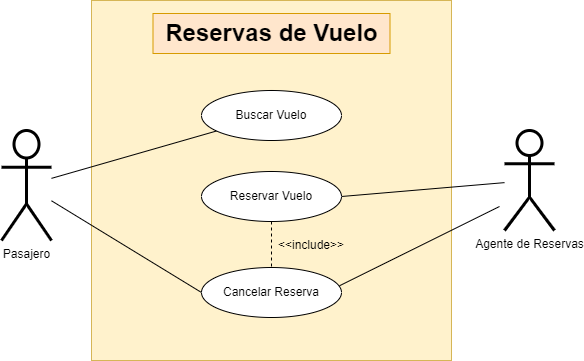
Earlier version of the draw.io export Casos de Uso/Tarea 3/Diagramvuelo.drawio.png (YoooKai/ETS). Source tidied: cells renumbered, new cells last; positions are measured from the earlier drawing's top-left corner, leaving out a move shared by most shapes. The source it was exported from:
```xml
<mxGraphModel background="#ffffff">
  <root>
    <mxCell id="0" />
    <mxCell id="1" parent="0" />
    <mxCell id="2" style="whiteSpace=wrap;html=1;fillColor=#fff2cc;strokeColor=#d6b656;" parent="1" vertex="1">
      <mxGeometry x="90" width="360" height="360" as="geometry" />
    </mxCell>
    <mxCell id="3" value="Pasajero" style="shape=umlActor;verticalLabelPosition=bottom;verticalAlign=top;html=1;outlineConnect=0;strokeWidth=3;" parent="1" vertex="1">
      <mxGeometry y="130" width="50" height="110" as="geometry" />
    </mxCell>
    <mxCell id="4" style="rounded=0;jettySize=auto;html=1;endArrow=none;endFill=0;entryX=1;entryY=0.5;entryDx=0;entryDy=0;" parent="1" edge="1" source="5" target="10">
      <mxGeometry relative="1" as="geometry" />
    </mxCell>
    <mxCell id="5" value="Agente de Reservas" style="shape=umlActor;verticalLabelPosition=bottom;verticalAlign=top;html=1;outlineConnect=0;strokeWidth=3;" parent="1" vertex="1">
      <mxGeometry x="503" y="130" width="50" height="100" as="geometry" />
    </mxCell>
    <mxCell id="6" value="Reservas de Vuelo" style="text;strokeColor=#d79b00;fillColor=#ffe6cc;html=1;fontSize=24;fontStyle=1;verticalAlign=middle;align=center;" parent="1" vertex="1">
      <mxGeometry x="151.5" y="13" width="237" height="40" as="geometry" />
    </mxCell>
    <mxCell id="7" style="rounded=0;jettySize=auto;html=1;endArrow=none;endFill=0;" parent="1" edge="1" source="8" target="3">
      <mxGeometry relative="1" as="geometry" />
    </mxCell>
    <mxCell id="8" value="Buscar Vuelo" style="ellipse;whiteSpace=wrap;html=1;" parent="1" vertex="1">
      <mxGeometry x="200" y="90" width="140" height="50" as="geometry" />
    </mxCell>
    <mxCell id="9" style="rounded=0;jettySize=auto;html=1;endArrow=none;endFill=0;dashed=1;" parent="1" edge="1" source="10" target="13">
      <mxGeometry relative="1" as="geometry" />
    </mxCell>
    <mxCell id="10" value="Reservar Vuelo" style="ellipse;whiteSpace=wrap;html=1;" parent="1" vertex="1">
      <mxGeometry x="200" y="171" width="140" height="50" as="geometry" />
    </mxCell>
    <mxCell id="11" style="rounded=0;jettySize=auto;html=1;endArrow=none;endFill=0;exitX=0;exitY=0.5;exitDx=0;exitDy=0;" parent="1" edge="1" source="13" target="3">
      <mxGeometry relative="1" as="geometry" />
    </mxCell>
    <mxCell id="12" style="rounded=0;jettySize=auto;html=1;endArrow=none;endFill=0;exitX=0.986;exitY=0.365;exitDx=0;exitDy=0;exitPerimeter=0;" parent="1" edge="1" source="13">
      <mxGeometry relative="1" as="geometry">
        <mxPoint x="498" y="206" as="targetPoint" />
      </mxGeometry>
    </mxCell>
    <mxCell id="13" value="Cancelar Reserva" style="ellipse;whiteSpace=wrap;html=1;" parent="1" vertex="1">
      <mxGeometry x="200" y="267" width="140" height="50" as="geometry" />
    </mxCell>
    <mxCell id="14" value="&amp;lt;&amp;lt;include&amp;gt;&amp;gt;" style="text;html=1;strokeColor=none;fillColor=none;align=center;verticalAlign=middle;whiteSpace=wrap;rounded=0;" parent="1" vertex="1">
      <mxGeometry x="280" y="230" width="60" height="30" as="geometry" />
    </mxCell>
  </root>
</mxGraphModel>
```
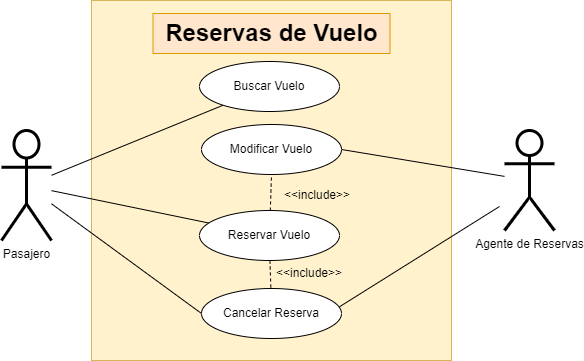
Above is the later version.

What changed in the source:
```diff
@@ -5,12 +5,15 @@
     <mxCell id="2" style="whiteSpace=wrap;html=1;fillColor=#fff2cc;strokeColor=#d6b656;" parent="1" vertex="1">
       <mxGeometry x="90" width="360" height="360" as="geometry" />
     </mxCell>
+    <mxCell id="15" style="rounded=0;jettySize=auto;html=1;endArrow=none;endFill=0;" parent="1" edge="1" source="3" target="10">
+      <mxGeometry relative="1" as="geometry" />
+    </mxCell>
     <mxCell id="3" value="Pasajero" style="shape=umlActor;verticalLabelPosition=bottom;verticalAlign=top;html=1;outlineConnect=0;strokeWidth=3;" parent="1" vertex="1">
       <mxGeometry y="130" width="50" height="110" as="geometry" />
     </mxCell>
-    <mxCell id="4" style="rounded=0;jettySize=auto;html=1;endArrow=none;endFill=0;entryX=1;entryY=0.5;entryDx=0;entryDy=0;" parent="1" edge="1" source="5" target="10">
-      <mxGeometry relative="1" as="geometry" />
-    </mxCell>
+    <mxCell id="16" style="rounded=0;jettySize=auto;html=1;entryX=1;entryY=0.5;entryDx=0;entryDy=0;endArrow=none;endFill=0;" parent="1" edge="1" source="5" target="18">
+      <mxGeometry relative="1" as="geometry" />
+    </mxCell>
     <mxCell id="5" value="Agente de Reservas" style="shape=umlActor;verticalLabelPosition=bottom;verticalAlign=top;html=1;outlineConnect=0;strokeWidth=3;" parent="1" vertex="1">
       <mxGeometry x="503" y="130" width="50" height="100" as="geometry" />
     </mxCell>
@@ -21,13 +24,16 @@
       <mxGeometry relative="1" as="geometry" />
     </mxCell>
     <mxCell id="8" value="Buscar Vuelo" style="ellipse;whiteSpace=wrap;html=1;" parent="1" vertex="1">
-      <mxGeometry x="200" y="90" width="140" height="50" as="geometry" />
+      <mxGeometry x="198" y="61" width="140" height="50" as="geometry" />
     </mxCell>
     <mxCell id="9" style="rounded=0;jettySize=auto;html=1;endArrow=none;endFill=0;dashed=1;" parent="1" edge="1" source="10" target="13">
       <mxGeometry relative="1" as="geometry" />
     </mxCell>
+    <mxCell id="17" style="rounded=0;jettySize=auto;html=1;dashed=1;endArrow=none;endFill=0;entryX=0.5;entryY=1;entryDx=0;entryDy=0;" parent="1" edge="1" source="10" target="18">
+      <mxGeometry relative="1" as="geometry" />
+    </mxCell>
     <mxCell id="10" value="Reservar Vuelo" style="ellipse;whiteSpace=wrap;html=1;" parent="1" vertex="1">
-      <mxGeometry x="200" y="171" width="140" height="50" as="geometry" />
+      <mxGeometry x="198" y="210" width="140" height="50" as="geometry" />
     </mxCell>
     <mxCell id="11" style="rounded=0;jettySize=auto;html=1;endArrow=none;endFill=0;exitX=0;exitY=0.5;exitDx=0;exitDy=0;" parent="1" edge="1" source="13" target="3">
       <mxGeometry relative="1" as="geometry" />
@@ -38,10 +44,16 @@
       </mxGeometry>
     </mxCell>
     <mxCell id="13" value="Cancelar Reserva" style="ellipse;whiteSpace=wrap;html=1;" parent="1" vertex="1">
-      <mxGeometry x="200" y="267" width="140" height="50" as="geometry" />
+      <mxGeometry x="200" y="288" width="140" height="50" as="geometry" />
     </mxCell>
     <mxCell id="14" value="&amp;lt;&amp;lt;include&amp;gt;&amp;gt;" style="text;html=1;strokeColor=none;fillColor=none;align=center;verticalAlign=middle;whiteSpace=wrap;rounded=0;" parent="1" vertex="1">
-      <mxGeometry x="280" y="230" width="60" height="30" as="geometry" />
+      <mxGeometry x="278" y="236" width="60" height="74" as="geometry" />
     </mxCell>
+    <mxCell id="18" value="Modificar Vuelo" style="ellipse;whiteSpace=wrap;html=1;" parent="1" vertex="1">
+      <mxGeometry x="200" y="124" width="140" height="50" as="geometry" />
+    </mxCell>
+    <mxCell id="19" value="&amp;lt;&amp;lt;include&amp;gt;&amp;gt;" style="text;html=1;strokeColor=none;fillColor=none;align=center;verticalAlign=middle;whiteSpace=wrap;rounded=0;" parent="1" vertex="1">
+      <mxGeometry x="286" y="180" width="60" height="30" as="geometry" />
+    </mxCell>
   </root>
 </mxGraphModel>
```
